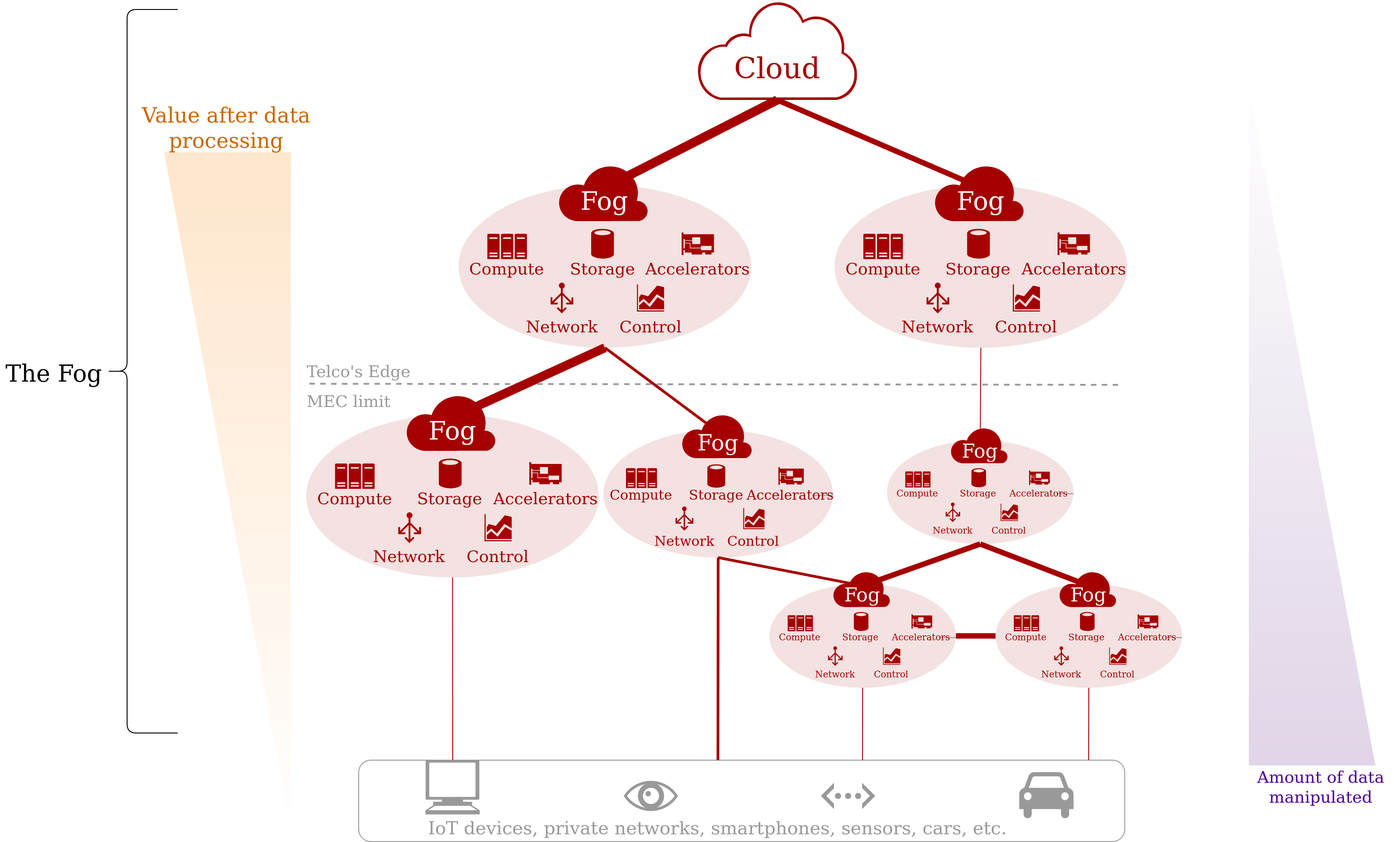
This is assets/FogArchitecture.drawio.png from VolodiaPG/biblio_fog_faas, a draw.io export, as it was before one commit. Source tidied: cells renumbered, new cells last; positions are measured from the earlier drawing's top-left corner, leaving out a move shared by most shapes.
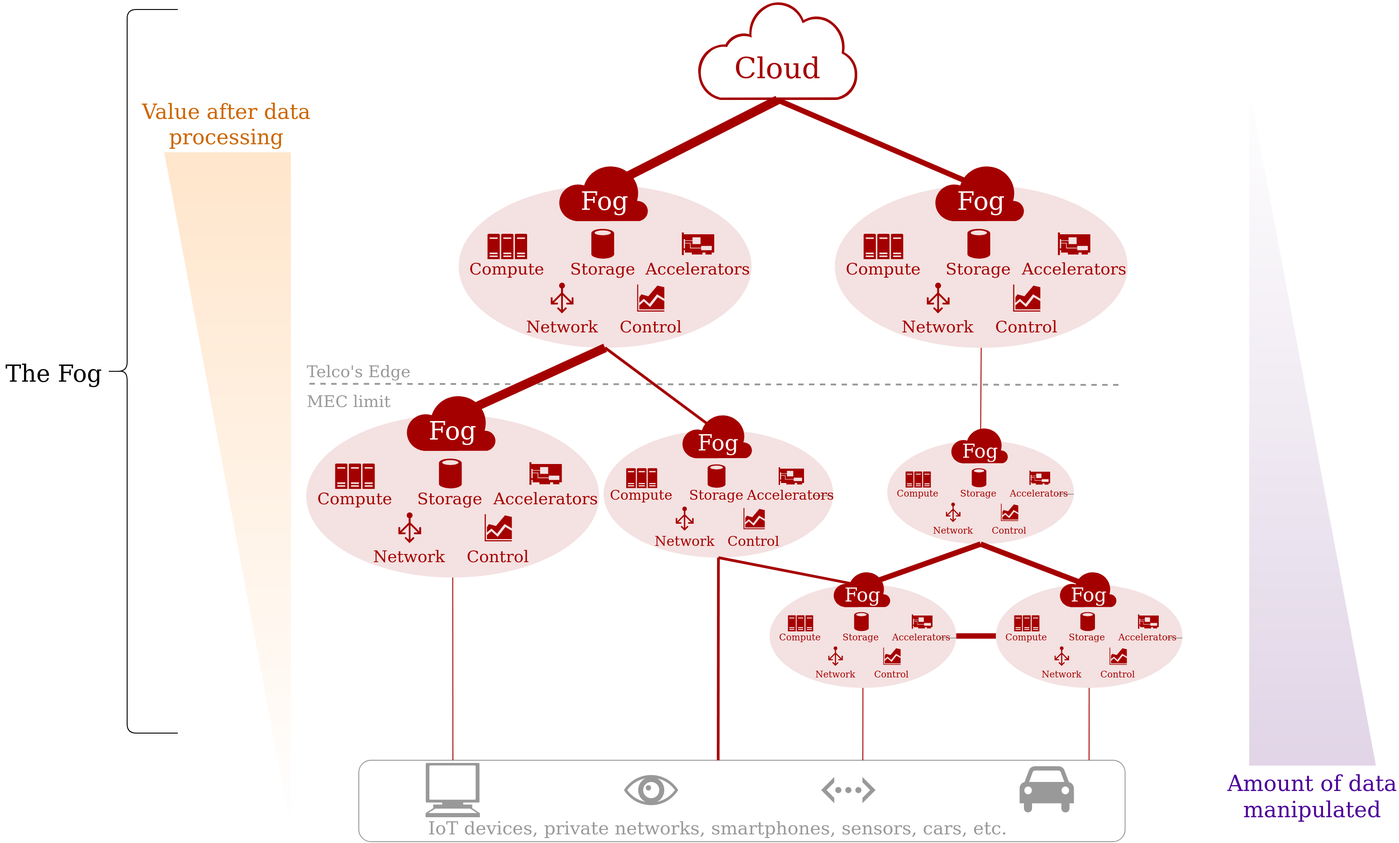
The same diagram one commit later.

The edit, as a diff of the source:
```diff
@@ -62,28 +62,28 @@
       <mxGeometry y="335.5" width="150" height="149" as="geometry" />
     </mxCell>
     <mxCell id="17" style="shape=mxgraph.signs.tech.ethernet;html=1;fillColor=#999999;strokeColor=none;verticalLabelPosition=bottom;verticalAlign=top;align=center;sketch=0;fontFamily=Computer mordern Serif;fontSource=https%3A%2F%2Fgithub.com%2Fspratt%2FComputer-Modern%2Fblob%2Fgh-pages%2Fcmunss.otf;fontSize=14;fontColor=#000000;" parent="1" vertex="1">
-      <mxGeometry x="907" y="865" width="60" height="29.1" as="geometry" />
+      <mxGeometry x="907" y="858.5" width="60" height="29.1" as="geometry" />
     </mxCell>
     <mxCell id="18" style="shape=mxgraph.signs.tech.computer;html=1;fillColor=#999999;strokeColor=none;verticalLabelPosition=bottom;verticalAlign=top;align=center;sketch=0;fontFamily=Computer mordern Serif;fontSource=https%3A%2F%2Fgithub.com%2Fspratt%2FComputer-Modern%2Fblob%2Fgh-pages%2Fcmunss.otf;fontSize=14;fontColor=#000000;" parent="1" vertex="1">
-      <mxGeometry x="469.8" y="840" width="60" height="60" as="geometry" />
+      <mxGeometry x="469.8" y="843" width="60" height="60" as="geometry" />
     </mxCell>
     <mxCell id="19" style="shape=mxgraph.signs.transportation.car_4;html=1;fillColor=#999999;strokeColor=none;verticalLabelPosition=bottom;verticalAlign=top;align=center;sketch=0;fontFamily=Computer mordern Serif;fontSource=https%3A%2F%2Fgithub.com%2Fspratt%2FComputer-Modern%2Fblob%2Fgh-pages%2Fcmunss.otf;fontSize=14;fontColor=#000000;" parent="1" vertex="1">
-      <mxGeometry x="1126.2" y="853.2" width="60" height="52.6" as="geometry" />
+      <mxGeometry x="1126.2" y="846.7" width="60" height="52.6" as="geometry" />
     </mxCell>
     <mxCell id="20" style="shape=mxgraph.signs.healthcare.eye;html=1;fillColor=#999999;strokeColor=none;verticalLabelPosition=bottom;verticalAlign=top;align=center;sketch=0;fontFamily=Computer mordern Serif;fontSource=https%3A%2F%2Fgithub.com%2Fspratt%2FComputer-Modern%2Fblob%2Fgh-pages%2Fcmunss.otf;fontSize=14;fontColor=#000000;" parent="1" vertex="1">
-      <mxGeometry x="689" y="862.9" width="60" height="33.3" as="geometry" />
+      <mxGeometry x="689" y="856.3" width="60" height="33.3" as="geometry" />
     </mxCell>
     <mxCell id="21" style="verticalLabelPosition=bottom;verticalAlign=top;html=1;shape=mxgraph.basic.orthogonal_triangle;fontFamily=Computer mordern Serif;fontSource=https%3A%2F%2Fgithub.com%2Fspratt%2FComputer-Modern%2Fblob%2Fgh-pages%2Fcmunss.otf;fontSize=14;strokeColor=none;fillColor=#e1d5e7;gradientColor=#ffffff;gradientDirection=north;" parent="1" vertex="1">
       <mxGeometry x="1380" y="95.9" width="140" height="750" as="geometry" />
     </mxCell>
-    <mxCell id="22" value="Amount of data manipulated" style="text;html=1;strokeColor=none;fillColor=none;align=center;verticalAlign=middle;whiteSpace=wrap;rounded=0;fontFamily=Computer mordern Serif;fontSource=https%3A%2F%2Fgithub.com%2Fspratt%2FComputer-Modern%2Fblob%2Fgh-pages%2Fcmunss.otf;fontSize=18;fontColor=#4C0099;" parent="1" vertex="1">
-      <mxGeometry x="1380" y="853.2" width="160" height="34.3" as="geometry" />
+    <mxCell id="22" value="Amount of data manipulated" style="text;html=1;strokeColor=none;fillColor=none;align=center;verticalAlign=middle;whiteSpace=wrap;rounded=0;fontFamily=Computer mordern Serif;fontSource=https%3A%2F%2Fgithub.com%2Fspratt%2FComputer-Modern%2Fblob%2Fgh-pages%2Fcmunss.otf;fontSize=24;fontColor=#4C0099;" parent="1" vertex="1">
+      <mxGeometry x="1355" y="859.2" width="190" height="40.7" as="geometry" />
     </mxCell>
     <mxCell id="23" style="verticalLabelPosition=bottom;verticalAlign=top;html=1;shape=mxgraph.basic.orthogonal_triangle;fontFamily=Computer mordern Serif;fontSource=https%3A%2F%2Fgithub.com%2Fspratt%2FComputer-Modern%2Fblob%2Fgh-pages%2Fcmunss.otf;fontSize=14;strokeColor=none;fillColor=#ffe6cc;gradientDirection=north;rotation=-180;gradientColor=#ffffff;" parent="1" vertex="1">
       <mxGeometry x="181" y="167.9" width="140" height="750" as="geometry" />
     </mxCell>
     <mxCell id="24" value="&lt;font style=&quot;font-size: 23px;&quot;&gt;Value after data processing&lt;br style=&quot;font-size: 23px;&quot;&gt;&lt;/font&gt;" style="text;html=1;strokeColor=none;fillColor=none;align=center;verticalAlign=middle;whiteSpace=wrap;rounded=0;fontFamily=Computer mordern Serif;fontSource=https%3A%2F%2Fgithub.com%2Fspratt%2FComputer-Modern%2Fblob%2Fgh-pages%2Fcmunss.otf;fontSize=23;fontColor=#CC6600;" parent="1" vertex="1">
-      <mxGeometry x="150" y="122" width="200" height="39" as="geometry" />
+      <mxGeometry x="150" y="118" width="200" height="39" as="geometry" />
     </mxCell>
     <mxCell id="25" value="MEC limit" style="text;strokeColor=none;fillColor=none;align=left;verticalAlign=middle;spacingLeft=4;spacingRight=4;overflow=hidden;fontFamily=Computer mordern Serif;fontSource=https%3A%2F%2Fgithub.com%2Fspratt%2FComputer-Modern%2Fblob%2Fgh-pages%2Fcmunss.otf;fontSize=18;fontColor=#999999;" parent="1" vertex="1">
       <mxGeometry x="333" y="427" width="150" height="30" as="geometry" />
```
